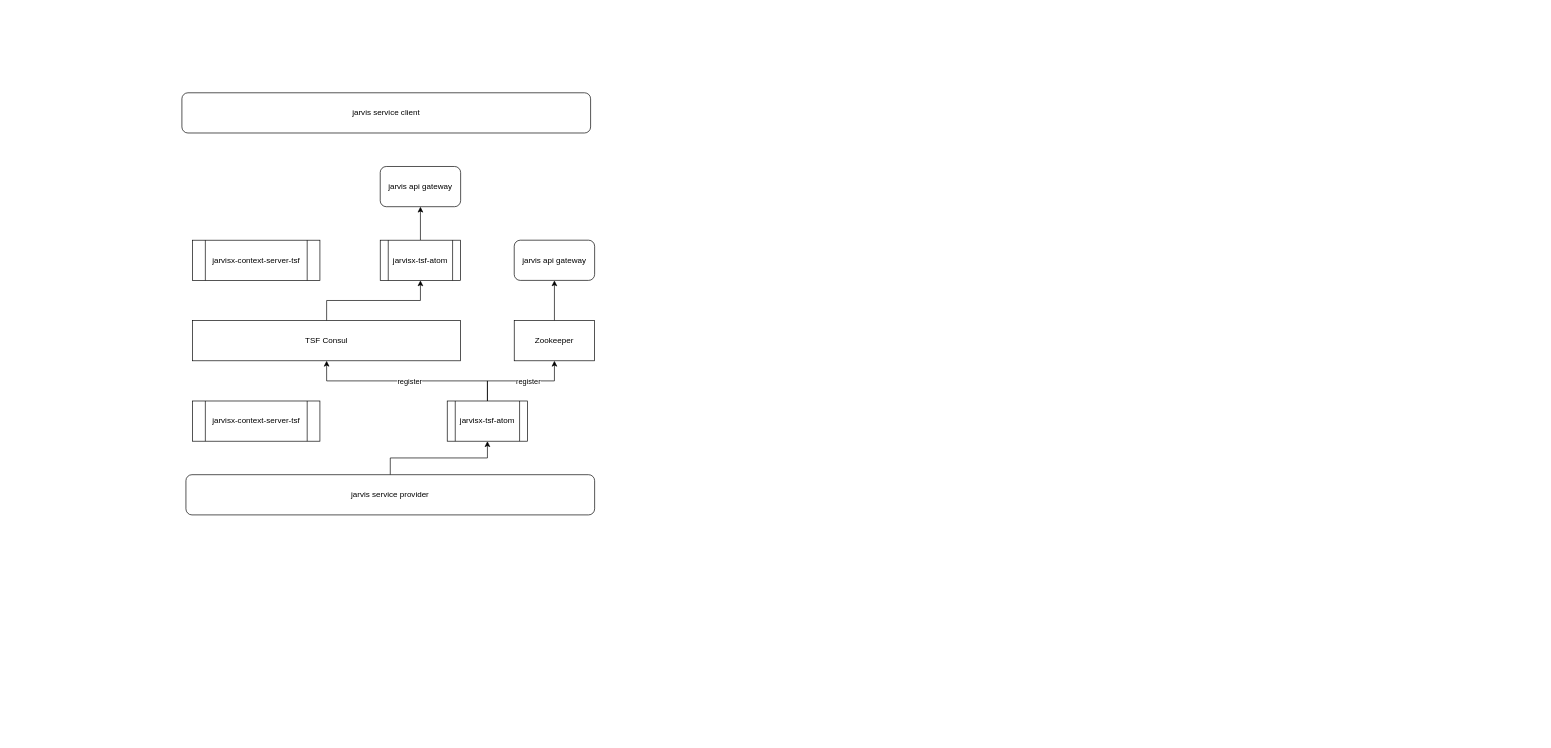
Above: JarvisX TSF.drawio in 1247691206/JavaArchitect (draw.io), before the change. Source tidied: cells renumbered, new cells numbered last; positions are measured from the earlier drawing's top-left corner, leaving out a move shared by most shapes. Both pictures are drawn from the tidied source at 67%, with x=0, y=0 at pixel (182, 92).
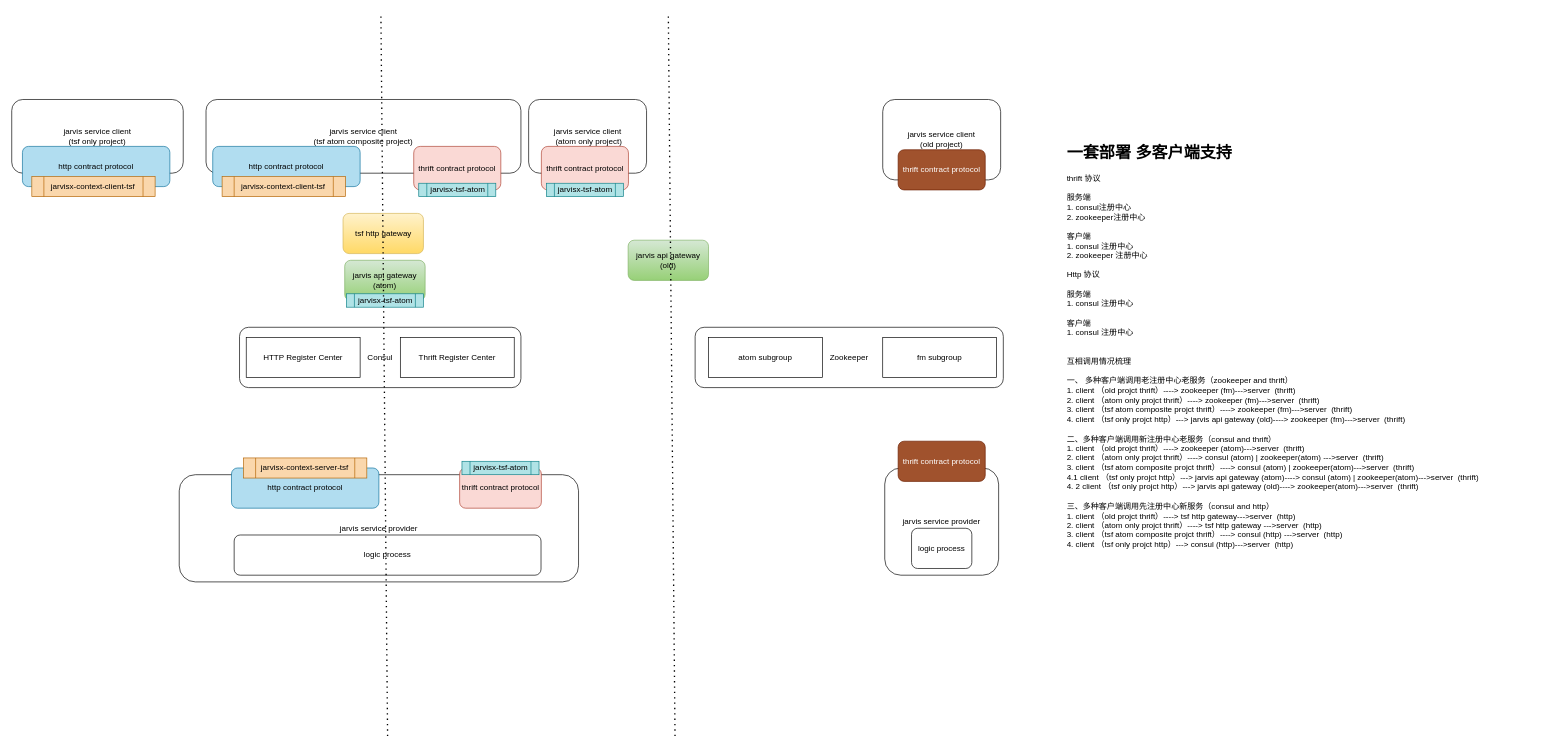
The same page after the edit.

Change to the diagram source:
```diff
@@
-    <mxCell id="2" style="edgeStyle=orthogonalEdgeStyle;rounded=0;jettySize=auto;html=1;" parent="1" edge="1" source="3" target="10">
-      <mxGeometry relative="1" as="geometry" />
-    </mxCell>
-    <mxCell id="3" value="TSF Consul" style="rounded=0;whiteSpace=wrap;html=1;" parent="1" vertex="1">
-      <mxGeometry x="16" y="340" width="400" height="60" as="geometry" />
-    </mxCell>
-    <mxCell id="4" style="edgeStyle=orthogonalEdgeStyle;rounded=0;jettySize=auto;html=1;" parent="1" edge="1" source="5" target="12">
-      <mxGeometry relative="1" as="geometry" />
-    </mxCell>
-    <mxCell id="5" value="Zookeeper" style="rounded=0;whiteSpace=wrap;html=1;" parent="1" vertex="1">
-      <mxGeometry x="496" y="340" width="120" height="60" as="geometry" />
-    </mxCell>
-    <mxCell id="6" style="edgeStyle=orthogonalEdgeStyle;rounded=0;jettySize=auto;html=1;" parent="1" edge="1" source="7" target="8">
-      <mxGeometry relative="1" as="geometry" />
-    </mxCell>
     <mxCell id="7" value="jarvis service provider" style="rounded=1;whiteSpace=wrap;html=1;" parent="1" vertex="1">
-      <mxGeometry x="6" y="570" width="610" height="60" as="geometry" />
+      <mxGeometry x="-4" y="570" width="596" height="160" as="geometry" />
     </mxCell>
-    <mxCell id="8" value="jarvisx-tsf-atom" style="shape=process;whiteSpace=wrap;html=1;backgroundOutline=1;" parent="1" vertex="1">
-      <mxGeometry x="396" y="460" width="120" height="60" as="geometry" />
-    </mxCell>
-    <mxCell id="9" style="edgeStyle=orthogonalEdgeStyle;rounded=0;jettySize=auto;html=1;" parent="1" edge="1" source="10" target="11">
-      <mxGeometry relative="1" as="geometry" />
-    </mxCell>
-    <mxCell id="10" value="jarvisx-tsf-atom" style="shape=process;whiteSpace=wrap;html=1;backgroundOutline=1;" parent="1" vertex="1">
-      <mxGeometry x="296" y="220" width="120" height="60" as="geometry" />
-    </mxCell>
-    <mxCell id="11" value="jarvis api gateway" style="rounded=1;whiteSpace=wrap;html=1;" parent="1" vertex="1">
-      <mxGeometry x="296" y="110" width="120" height="60" as="geometry" />
+    <mxCell id="11" value="tsf http gateway" style="rounded=1;whiteSpace=wrap;html=1;gradientColor=#ffd966;fillColor=#fff2cc;strokeColor=#d6b656;" parent="1" vertex="1">
+      <mxGeometry x="240.5" y="180" width="120" height="60" as="geometry" />
     </mxCell>
-    <mxCell id="12" value="jarvis api gateway" style="rounded=1;whiteSpace=wrap;html=1;" parent="1" vertex="1">
-      <mxGeometry x="496" y="220" width="120" height="60" as="geometry" />
+    <mxCell id="12" value="jarvis api gateway&lt;br&gt;(old)" style="rounded=1;whiteSpace=wrap;html=1;gradientColor=#97d077;fillColor=#d5e8d4;strokeColor=#82b366;" parent="1" vertex="1">
+      <mxGeometry x="666" y="220" width="120" height="60" as="geometry" />
     </mxCell>
-    <mxCell id="13" style="endArrow=classic;html=1;exitX=0.5;exitY=0;exitDx=0;exitDy=0;entryX=0.5;entryY=1;entryDx=0;entryDy=0;rounded=0;edgeStyle=orthogonalEdgeStyle;" parent="1" edge="1" source="8" target="5">
-      <mxGeometry relative="1" as="geometry" />
-    </mxCell>
-    <mxCell id="14" value="register" style="edgeLabel;html=1;align=center;verticalAlign=middle;" parent="13" vertex="1">
-      <mxGeometry x="0.35" y="-2" relative="1" as="geometry">
-        <mxPoint x="-18" y="-2" as="offset" />
-      </mxGeometry>
-    </mxCell>
-    <mxCell id="15" style="endArrow=classic;html=1;exitX=0.5;exitY=0;exitDx=0;exitDy=0;entryX=0.5;entryY=1;entryDx=0;entryDy=0;edgeStyle=orthogonalEdgeStyle;rounded=0;" parent="1" edge="1" source="8" target="3">
-      <mxGeometry relative="1" as="geometry" />
-    </mxCell>
-    <mxCell id="16" value="register" style="edgeLabel;html=1;align=center;verticalAlign=middle;" parent="15" vertex="1">
-      <mxGeometry x="-0.19" y="-4" relative="1" as="geometry">
-        <mxPoint x="-25" y="4" as="offset" />
-      </mxGeometry>
-    </mxCell>
-    <mxCell id="17" value="jarvisx-context-server-tsf" style="shape=process;whiteSpace=wrap;html=1;backgroundOutline=1;" parent="1" vertex="1">
-      <mxGeometry x="16" y="460" width="190" height="60" as="geometry" />
-    </mxCell>
-    <mxCell id="18" value="jarvisx-context-server-tsf" style="shape=process;whiteSpace=wrap;html=1;backgroundOutline=1;" parent="1" vertex="1">
-      <mxGeometry x="16" y="220" width="190" height="60" as="geometry" />
-    </mxCell>
-    <mxCell id="19" value="jarvis service client" style="rounded=1;whiteSpace=wrap;html=1;" parent="1" vertex="1">
-      <mxGeometry width="610" height="60" as="geometry" />
-    </mxCell>
+    <mxCell id="20" value="logic process" style="rounded=1;whiteSpace=wrap;html=1;" parent="1" vertex="1">
+      <mxGeometry x="78" y="660" width="458" height="60" as="geometry" />
+    </mxCell>
+    <mxCell id="21" value="Consul" style="rounded=1;whiteSpace=wrap;html=1;" parent="1" vertex="1">
+      <mxGeometry x="86" y="350" width="420" height="90" as="geometry" />
+    </mxCell>
+    <mxCell id="22" value="Thrift Register Center" style="rounded=0;whiteSpace=wrap;html=1;" parent="1" vertex="1">
+      <mxGeometry x="326" y="365" width="170" height="60" as="geometry" />
+    </mxCell>
+    <mxCell id="23" value="HTTP Register Center" style="rounded=0;whiteSpace=wrap;html=1;" parent="1" vertex="1">
+      <mxGeometry x="96" y="365" width="170" height="60" as="geometry" />
+    </mxCell>
+    <mxCell id="24" value="thrift contract protocol" style="rounded=1;whiteSpace=wrap;html=1;fillColor=#fad9d5;strokeColor=#ae4132;" parent="1" vertex="1">
+      <mxGeometry x="414.5" y="560" width="122" height="60" as="geometry" />
+    </mxCell>
+    <mxCell id="25" value="jarvisx-tsf-atom" style="shape=process;whiteSpace=wrap;html=1;backgroundOutline=1;fillColor=#b0e3e6;strokeColor=#0e8088;" parent="1" vertex="1">
+      <mxGeometry x="418" y="550" width="115" height="20" as="geometry" />
+    </mxCell>
+    <mxCell id="26" value="jarvis service client&lt;br&gt;(old project)" style="rounded=1;whiteSpace=wrap;html=1;" parent="1" vertex="1">
+      <mxGeometry x="1046" y="10" width="176" height="120" as="geometry" />
+    </mxCell>
+    <mxCell id="27" value="thrift contract protocol" style="rounded=1;whiteSpace=wrap;html=1;fillColor=#a0522d;strokeColor=#6D1F00;fontColor=#ffffff;" parent="1" vertex="1">
+      <mxGeometry x="1069" y="85" width="130" height="60" as="geometry" />
+    </mxCell>
+    <mxCell id="28" value="jarvis service provider" style="rounded=1;whiteSpace=wrap;html=1;" parent="1" vertex="1">
+      <mxGeometry x="1049" y="560" width="170" height="160" as="geometry" />
+    </mxCell>
+    <mxCell id="29" value="thrift contract protocol" style="rounded=1;whiteSpace=wrap;html=1;fillColor=#a0522d;strokeColor=#6D1F00;fontColor=#ffffff;" parent="1" vertex="1">
+      <mxGeometry x="1069" y="520" width="130" height="60" as="geometry" />
+    </mxCell>
+    <mxCell id="5" value="Zookeeper" style="rounded=1;whiteSpace=wrap;html=1;" parent="1" vertex="1">
+      <mxGeometry x="766" y="350" width="460" height="90" as="geometry" />
+    </mxCell>
+    <mxCell id="30" value="atom subgroup" style="rounded=0;whiteSpace=wrap;html=1;" parent="1" vertex="1">
+      <mxGeometry x="786" y="365" width="170" height="60" as="geometry" />
+    </mxCell>
+    <mxCell id="31" value="fm subgroup" style="rounded=0;whiteSpace=wrap;html=1;" parent="1" vertex="1">
+      <mxGeometry x="1046" y="365" width="170" height="60" as="geometry" />
+    </mxCell>
+    <mxCell id="32" style="endArrow=none;dashed=1;html=1;dashPattern=1 3;strokeWidth=2;" parent="1" edge="1">
+      <mxGeometry relative="1" as="geometry">
+        <mxPoint x="736" y="960" as="sourcePoint" />
+        <mxPoint x="726" y="-120" as="targetPoint" />
+      </mxGeometry>
+    </mxCell>
+    <mxCell id="33" value="logic process" style="rounded=1;whiteSpace=wrap;html=1;" parent="1" vertex="1">
+      <mxGeometry x="1089" y="650" width="90" height="60" as="geometry" />
+    </mxCell>
+    <mxCell id="34" value="jarvis api gateway&lt;br&gt;(atom)" style="rounded=1;whiteSpace=wrap;html=1;gradientColor=#97d077;fillColor=#d5e8d4;strokeColor=#82b366;" parent="1" vertex="1">
+      <mxGeometry x="243" y="250" width="120" height="60" as="geometry" />
+    </mxCell>
+    <mxCell id="35" value="jarvisx-tsf-atom" style="shape=process;whiteSpace=wrap;html=1;backgroundOutline=1;fillColor=#b0e3e6;strokeColor=#0e8088;" parent="1" vertex="1">
+      <mxGeometry x="245.5" y="300" width="115" height="20" as="geometry" />
+    </mxCell>
+    <mxCell id="36" value="http contract protocol" style="rounded=1;whiteSpace=wrap;html=1;fillColor=#b1ddf0;strokeColor=#10739e;" parent="1" vertex="1">
+      <mxGeometry x="74" y="560" width="220" height="60" as="geometry" />
+    </mxCell>
+    <mxCell id="37" value="jarvisx-context-server-tsf" style="shape=process;whiteSpace=wrap;html=1;backgroundOutline=1;fillColor=#fad7ac;strokeColor=#b46504;" parent="1" vertex="1">
+      <mxGeometry x="92" y="545" width="184" height="30" as="geometry" />
+    </mxCell>
+    <mxCell id="38" value="jarvis service client&lt;br&gt;(tsf atom composite project)" style="rounded=1;whiteSpace=wrap;html=1;" parent="1" vertex="1">
+      <mxGeometry x="36" y="10" width="470" height="110" as="geometry" />
+    </mxCell>
+    <mxCell id="39" value="jarvis service client &lt;br&gt;(tsf only project)" style="rounded=1;whiteSpace=wrap;html=1;" parent="1" vertex="1">
+      <mxGeometry x="-254" y="10" width="256" height="110" as="geometry" />
+    </mxCell>
+    <mxCell id="40" value="http contract protocol" style="rounded=1;whiteSpace=wrap;html=1;fillColor=#b1ddf0;strokeColor=#10739e;" parent="1" vertex="1">
+      <mxGeometry x="-238" y="80" width="220" height="60" as="geometry" />
+    </mxCell>
+    <mxCell id="41" value="jarvisx-context-client-tsf" style="shape=process;whiteSpace=wrap;html=1;backgroundOutline=1;fillColor=#fad7ac;strokeColor=#b46504;" parent="1" vertex="1">
+      <mxGeometry x="-224" y="125" width="184" height="30" as="geometry" />
+    </mxCell>
+    <mxCell id="42" value="jarvis service client&lt;br&gt;&amp;nbsp;(atom only project)" style="rounded=1;whiteSpace=wrap;html=1;" parent="1" vertex="1">
+      <mxGeometry x="517.5" y="10" width="176" height="110" as="geometry" />
+    </mxCell>
+    <mxCell id="43" value="thrift contract protocol" style="rounded=1;whiteSpace=wrap;html=1;fillColor=#fad9d5;strokeColor=#ae4132;" parent="1" vertex="1">
+      <mxGeometry x="536.5" y="80" width="130" height="65" as="geometry" />
+    </mxCell>
+    <mxCell id="44" value="jarvisx-tsf-atom" style="shape=process;whiteSpace=wrap;html=1;backgroundOutline=1;fillColor=#b0e3e6;strokeColor=#0e8088;" parent="1" vertex="1">
+      <mxGeometry x="544" y="135" width="115" height="20" as="geometry" />
+    </mxCell>
+    <mxCell id="45" style="endArrow=none;dashed=1;html=1;dashPattern=1 3;strokeWidth=2;" parent="1" edge="1">
+      <mxGeometry relative="1" as="geometry">
+        <mxPoint x="307" y="960" as="sourcePoint" />
+        <mxPoint x="297" y="-120" as="targetPoint" />
+      </mxGeometry>
+    </mxCell>
+    <mxCell id="46" value="http contract protocol" style="rounded=1;whiteSpace=wrap;html=1;fillColor=#b1ddf0;strokeColor=#10739e;" parent="1" vertex="1">
+      <mxGeometry x="46" y="80" width="220" height="60" as="geometry" />
+    </mxCell>
+    <mxCell id="47" value="jarvisx-context-client-tsf" style="shape=process;whiteSpace=wrap;html=1;backgroundOutline=1;fillColor=#fad7ac;strokeColor=#b46504;" parent="1" vertex="1">
+      <mxGeometry x="60" y="125" width="184" height="30" as="geometry" />
+    </mxCell>
+    <mxCell id="48" value="thrift contract protocol" style="rounded=1;whiteSpace=wrap;html=1;fillColor=#fad9d5;strokeColor=#ae4132;" parent="1" vertex="1">
+      <mxGeometry x="346" y="80" width="130" height="65" as="geometry" />
+    </mxCell>
+    <mxCell id="49" value="jarvisx-tsf-atom" style="shape=process;whiteSpace=wrap;html=1;backgroundOutline=1;fillColor=#b0e3e6;strokeColor=#0e8088;" parent="1" vertex="1">
+      <mxGeometry x="353.5" y="135" width="115" height="20" as="geometry" />
+    </mxCell>
+    <mxCell id="50" value="&lt;h1&gt;一套部署 多客户端支持&lt;/h1&gt;&lt;div&gt;thrift 协议&lt;/div&gt;&lt;div&gt;&lt;br&gt;&lt;/div&gt;&lt;div&gt;服务端&lt;/div&gt;&lt;div&gt;1. consul注册中心&lt;/div&gt;&lt;div&gt;2. zookeeper注册中心&lt;/div&gt;&lt;div&gt;&lt;br&gt;&lt;/div&gt;&lt;div&gt;客户端&lt;/div&gt;&lt;div&gt;1. consul 注册中心&lt;/div&gt;&lt;div&gt;2. zookeeper 注册中心&lt;/div&gt;&lt;div&gt;&lt;br&gt;&lt;/div&gt;&lt;div&gt;Http 协议&lt;/div&gt;&lt;div&gt;&lt;br&gt;&lt;/div&gt;&lt;div&gt;服务端&lt;/div&gt;&lt;div&gt;1. consul 注册中心&lt;/div&gt;&lt;div&gt;&lt;br&gt;&lt;/div&gt;&lt;div&gt;客户端&lt;/div&gt;&lt;div&gt;1. consul 注册中心&lt;/div&gt;&lt;div&gt;&lt;br&gt;&lt;/div&gt;&lt;div&gt;&lt;br&gt;&lt;/div&gt;&lt;div&gt;互相调用情况梳理&lt;/div&gt;&lt;div&gt;&lt;br&gt;&lt;/div&gt;&lt;div&gt;一、 多种客户端调用老注册中心老服务（zookeeper and thrift）&lt;/div&gt;&lt;div&gt;1. client （old projct thrift）----&amp;gt; zookeeper (fm)---&amp;gt;server&amp;nbsp; (thrift)&lt;/div&gt;&lt;div&gt;&lt;div&gt;2. client （atom only projct thrift）----&amp;gt; zookeeper (fm)---&amp;gt;server&amp;nbsp; (thrift)&lt;/div&gt;&lt;div&gt;&lt;div&gt;3. client （tsf atom composite projct thrift）----&amp;gt; zookeeper (fm)---&amp;gt;server&amp;nbsp; (thrift)&lt;/div&gt;&lt;div&gt;&lt;div&gt;4. client （tsf only projct http）---&amp;gt; jarvis api gateway (old)----&amp;gt; zookeeper (fm)---&amp;gt;server&amp;nbsp; (thrift)&lt;/div&gt;&lt;div&gt;&lt;br&gt;&lt;/div&gt;&lt;div&gt;二、多种客户端调用新注册中心老服务（consul and thrift）&lt;/div&gt;&lt;div&gt;&lt;div&gt;&lt;div&gt;1. client （old projct thrift）----&amp;gt; zookeeper (atom)---&amp;gt;server&amp;nbsp; (thrift)&lt;/div&gt;&lt;div&gt;&lt;span&gt;2. client （atom only projct thrift）----&amp;gt; consul (atom) | zookeeper(atom) ---&amp;gt;server&amp;nbsp; (thrift)&lt;/span&gt;&lt;br&gt;&lt;/div&gt;&lt;div&gt;&lt;div&gt;&lt;div&gt;3. client （tsf atom composite projct thrift）----&amp;gt;&amp;nbsp;consul (atom) | zookeeper(atom)---&amp;gt;server&amp;nbsp; (thrift)&lt;/div&gt;&lt;div&gt;4.1 client （tsf only projct http）---&amp;gt; jarvis api gateway (atom)----&amp;gt; consul (atom) | zookeeper(atom)---&amp;gt;server&amp;nbsp; (thrift)&lt;/div&gt;&lt;/div&gt;&lt;/div&gt;&lt;/div&gt;&lt;div&gt;&lt;div&gt;&lt;div&gt;4. 2 client （tsf only projct http）---&amp;gt; jarvis api gateway (old)----&amp;gt; zookeeper(atom)---&amp;gt;server&amp;nbsp; (thrift)&lt;/div&gt;&lt;div&gt;&lt;br&gt;&lt;/div&gt;&lt;/div&gt;&lt;/div&gt;&lt;/div&gt;&lt;/div&gt;&lt;/div&gt;&lt;/div&gt;&lt;div&gt;三、多种客户端调用先注册中心新服务（consul and http）&lt;/div&gt;&lt;div&gt;&lt;div&gt;&lt;div&gt;1. client （old projct thrift）----&amp;gt; tsf http gateway---&amp;gt;server&amp;nbsp; (http)&lt;/div&gt;&lt;div&gt;2. client （atom only projct thrift）----&amp;gt; tsf http gateway ---&amp;gt;server&amp;nbsp; (http)&lt;br&gt;&lt;/div&gt;&lt;div&gt;&lt;div&gt;3. client （tsf atom composite projct thrift）----&amp;gt;&amp;nbsp;consul (http) ---&amp;gt;server&amp;nbsp; (http)&lt;/div&gt;&lt;div&gt;4. client （tsf only projct http）---&amp;gt; consul (http)---&amp;gt;server&amp;nbsp; (http)&lt;/div&gt;&lt;/div&gt;&lt;/div&gt;&lt;div&gt;&lt;br&gt;&lt;/div&gt;&lt;/div&gt;&lt;div&gt;&lt;br&gt;&lt;/div&gt;" style="text;html=1;strokeColor=none;fillColor=none;spacing=5;spacingTop=-20;whiteSpace=wrap;overflow=hidden;rounded=0;" parent="1" vertex="1">
+      <mxGeometry x="1316" y="70" width="710" height="630" as="geometry" />
+    </mxCell>
```
